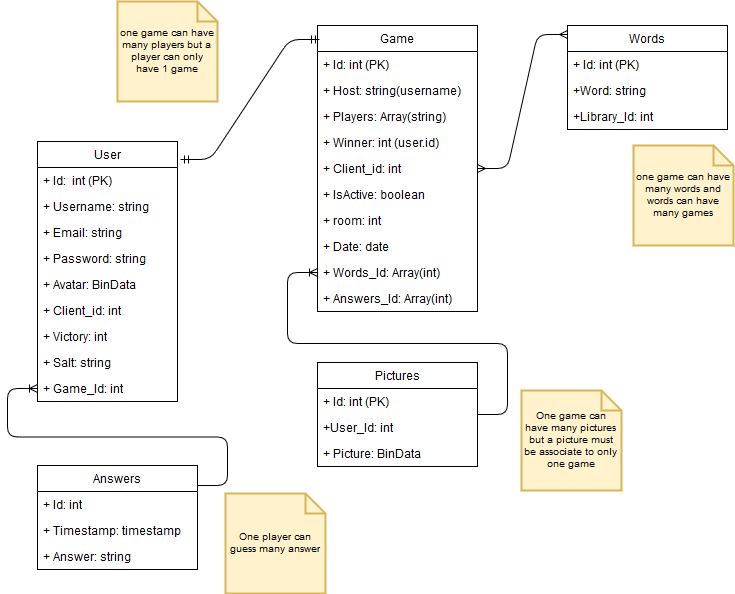
Before: Database_skeleton.png, a diagram exported from draw.io (O-clock-Pulsar/Pictionary-TeamPyjamasque). Source tidied: cells renumbered, new cells last; positions are measured from the earlier drawing's top-left corner, leaving out a move shared by most shapes. Its diagram source:
```xml
<mxGraphModel>
  <root>
    <mxCell id="0" />
    <mxCell id="1" parent="0" />
    <mxCell id="2" value="Game" style="swimlane;fontStyle=0;horizontal=1;startSize=26;fillColor=none;" parent="1" vertex="1">
      <mxGeometry x="280" y="24" width="160" height="286" as="geometry" />
    </mxCell>
    <mxCell id="3" value="+ Id: int (PK)" style="text;strokeColor=none;fillColor=none;align=left;verticalAlign=top;spacingLeft=4;spacingRight=4;overflow=hidden;" parent="2" vertex="1">
      <mxGeometry y="26" width="160" height="26" as="geometry" />
    </mxCell>
    <mxCell id="4" value="+ Host: string(username)" style="text;strokeColor=none;fillColor=none;align=left;verticalAlign=top;spacingLeft=4;spacingRight=4;overflow=hidden;" parent="2" vertex="1">
      <mxGeometry y="52" width="160" height="26" as="geometry" />
    </mxCell>
    <mxCell id="5" value="+ Players: Array(string)" style="text;strokeColor=none;fillColor=none;align=left;verticalAlign=top;spacingLeft=4;spacingRight=4;overflow=hidden;" parent="2" vertex="1">
      <mxGeometry y="78" width="160" height="26" as="geometry" />
    </mxCell>
    <mxCell id="6" value="+ Winner: int (user.id)" style="text;strokeColor=none;fillColor=none;align=left;verticalAlign=top;spacingLeft=4;spacingRight=4;overflow=hidden;" parent="2" vertex="1">
      <mxGeometry y="104" width="160" height="26" as="geometry" />
    </mxCell>
    <mxCell id="7" value="+ Client_id: int" style="text;strokeColor=none;fillColor=none;align=left;verticalAlign=top;spacingLeft=4;spacingRight=4;overflow=hidden;points=[[0,0.5],[1,0.5]];portConstraint=eastwest;" parent="2" vertex="1">
      <mxGeometry y="130" width="160" height="26" as="geometry" />
    </mxCell>
    <mxCell id="8" value="+ IsActive: boolean" style="text;strokeColor=none;fillColor=none;align=left;verticalAlign=top;spacingLeft=4;spacingRight=4;overflow=hidden;" parent="2" vertex="1">
      <mxGeometry y="156" width="160" height="26" as="geometry" />
    </mxCell>
    <mxCell id="9" value="+ room: int" style="text;strokeColor=none;fillColor=none;align=left;verticalAlign=top;spacingLeft=4;spacingRight=4;overflow=hidden;" parent="2" vertex="1">
      <mxGeometry y="182" width="160" height="26" as="geometry" />
    </mxCell>
    <mxCell id="10" value="+ Date: date" style="text;strokeColor=none;fillColor=none;align=left;verticalAlign=top;spacingLeft=4;spacingRight=4;overflow=hidden;" parent="2" vertex="1">
      <mxGeometry y="208" width="160" height="26" as="geometry" />
    </mxCell>
    <mxCell id="11" value="+ Words_Id: Array(int)" style="text;strokeColor=none;fillColor=none;align=left;verticalAlign=top;spacingLeft=4;spacingRight=4;overflow=hidden;points=[[0,0.5],[1,0.5]];portConstraint=eastwest;" parent="2" vertex="1">
      <mxGeometry y="234" width="160" height="26" as="geometry" />
    </mxCell>
    <mxCell id="12" value="+ Answers_Id: Array(int)" style="text;strokeColor=none;fillColor=none;align=left;verticalAlign=top;spacingLeft=4;spacingRight=4;overflow=hidden;" parent="2" vertex="1">
      <mxGeometry y="260" width="160" height="26" as="geometry" />
    </mxCell>
    <mxCell id="13" value="Pictures" style="swimlane;fontStyle=0;horizontal=1;startSize=26;fillColor=none;" parent="1" vertex="1">
      <mxGeometry x="280" y="361" width="160" height="104" as="geometry" />
    </mxCell>
    <mxCell id="14" value="+ Id: int (PK)" style="text;strokeColor=none;fillColor=none;align=left;verticalAlign=top;spacingLeft=4;spacingRight=4;overflow=hidden;" parent="13" vertex="1">
      <mxGeometry y="26" width="160" height="26" as="geometry" />
    </mxCell>
    <mxCell id="15" value="+User_Id: int" style="text;strokeColor=none;fillColor=none;align=left;verticalAlign=top;spacingLeft=4;spacingRight=4;overflow=hidden;" parent="13" vertex="1">
      <mxGeometry y="52" width="160" height="26" as="geometry" />
    </mxCell>
    <mxCell id="16" value="+ Picture: BinData" style="text;strokeColor=none;fillColor=none;align=left;verticalAlign=top;spacingLeft=4;spacingRight=4;overflow=hidden;" parent="13" vertex="1">
      <mxGeometry y="78" width="160" height="26" as="geometry" />
    </mxCell>
    <mxCell id="17" value="User" style="swimlane;fontStyle=0;horizontal=1;startSize=26;fillColor=none;" parent="1" vertex="1">
      <mxGeometry y="140" width="140" height="260" as="geometry" />
    </mxCell>
    <mxCell id="18" value="+ Id:  int (PK)" style="text;strokeColor=none;fillColor=none;align=left;verticalAlign=top;spacingLeft=4;spacingRight=4;overflow=hidden;" parent="17" vertex="1">
      <mxGeometry y="26" width="140" height="26" as="geometry" />
    </mxCell>
    <mxCell id="19" value="+ Username: string" style="text;strokeColor=none;fillColor=none;align=left;verticalAlign=top;spacingLeft=4;spacingRight=4;overflow=hidden;" parent="17" vertex="1">
      <mxGeometry y="52" width="140" height="26" as="geometry" />
    </mxCell>
    <mxCell id="20" value="+ Email: string" style="text;strokeColor=none;fillColor=none;align=left;verticalAlign=top;spacingLeft=4;spacingRight=4;overflow=hidden;" parent="17" vertex="1">
      <mxGeometry y="78" width="140" height="26" as="geometry" />
    </mxCell>
    <mxCell id="21" value="+ Password: string" style="text;strokeColor=none;fillColor=none;align=left;verticalAlign=top;spacingLeft=4;spacingRight=4;overflow=hidden;" parent="17" vertex="1">
      <mxGeometry y="104" width="140" height="26" as="geometry" />
    </mxCell>
    <mxCell id="22" value="+ Avatar: BinData" style="text;strokeColor=none;fillColor=none;align=left;verticalAlign=top;spacingLeft=4;spacingRight=4;overflow=hidden;" parent="17" vertex="1">
      <mxGeometry y="130" width="140" height="26" as="geometry" />
    </mxCell>
    <mxCell id="23" value="+ Client_id: int" style="text;strokeColor=none;fillColor=none;align=left;verticalAlign=top;spacingLeft=4;spacingRight=4;overflow=hidden;" parent="17" vertex="1">
      <mxGeometry y="156" width="140" height="26" as="geometry" />
    </mxCell>
    <mxCell id="24" value="+ Victory: int" style="text;strokeColor=none;fillColor=none;align=left;verticalAlign=top;spacingLeft=4;spacingRight=4;overflow=hidden;" parent="17" vertex="1">
      <mxGeometry y="182" width="140" height="26" as="geometry" />
    </mxCell>
    <mxCell id="25" value="+ Salt: string" style="text;strokeColor=none;fillColor=none;align=left;verticalAlign=top;spacingLeft=4;spacingRight=4;overflow=hidden;" parent="17" vertex="1">
      <mxGeometry y="208" width="140" height="26" as="geometry" />
    </mxCell>
    <mxCell id="26" value="+ Game_Id: int" style="text;strokeColor=none;fillColor=none;align=left;verticalAlign=top;spacingLeft=4;spacingRight=4;overflow=hidden;points=[[0,0.5],[1,0.5]];portConstraint=eastwest;" parent="17" vertex="1">
      <mxGeometry y="234" width="140" height="26" as="geometry" />
    </mxCell>
    <mxCell id="27" value="Words" style="swimlane;fontStyle=0;horizontal=1;startSize=26;fillColor=none;" parent="1" vertex="1">
      <mxGeometry x="530" y="24" width="160" height="104" as="geometry" />
    </mxCell>
    <mxCell id="28" value="+ Id: int (PK)" style="text;strokeColor=none;fillColor=none;align=left;verticalAlign=top;spacingLeft=4;spacingRight=4;overflow=hidden;" parent="27" vertex="1">
      <mxGeometry y="26" width="160" height="26" as="geometry" />
    </mxCell>
    <mxCell id="29" value="+Word: string" style="text;strokeColor=none;fillColor=none;align=left;verticalAlign=top;spacingLeft=4;spacingRight=4;overflow=hidden;" parent="27" vertex="1">
      <mxGeometry y="52" width="160" height="26" as="geometry" />
    </mxCell>
    <mxCell id="30" value="+Library_Id: int" style="text;strokeColor=none;fillColor=none;align=left;verticalAlign=top;spacingLeft=4;spacingRight=4;overflow=hidden;" parent="27" vertex="1">
      <mxGeometry y="78" width="160" height="26" as="geometry" />
    </mxCell>
    <mxCell id="31" value="Answers" style="swimlane;fontStyle=0;horizontal=1;startSize=26;fillColor=none;" parent="1" vertex="1">
      <mxGeometry y="464" width="160" height="104" as="geometry" />
    </mxCell>
    <mxCell id="32" value="+ Id: int" style="text;strokeColor=none;fillColor=none;align=left;verticalAlign=top;spacingLeft=4;spacingRight=4;overflow=hidden;" parent="31" vertex="1">
      <mxGeometry y="26" width="160" height="26" as="geometry" />
    </mxCell>
    <mxCell id="33" value="+ Timestamp: timestamp" style="text;strokeColor=none;fillColor=none;align=left;verticalAlign=top;spacingLeft=4;spacingRight=4;overflow=hidden;" parent="31" vertex="1">
      <mxGeometry y="52" width="160" height="26" as="geometry" />
    </mxCell>
    <mxCell id="34" value="+ Answer: string" style="text;strokeColor=none;fillColor=none;align=left;verticalAlign=top;spacingLeft=4;spacingRight=4;overflow=hidden;" parent="31" vertex="1">
      <mxGeometry y="78" width="160" height="26" as="geometry" />
    </mxCell>
    <mxCell id="35" style="edgeStyle=entityRelationEdgeStyle;fontSize=12;html=1;endArrow=ERmandOne;startArrow=ERmandOne;entryX=0.013;entryY=0.049;entryDx=0;entryDy=0;entryPerimeter=0;exitX=1.021;exitY=0.069;exitDx=0;exitDy=0;exitPerimeter=0;" parent="1" edge="1" source="17" target="2">
      <mxGeometry relative="1" as="geometry" />
    </mxCell>
    <mxCell id="36" style="edgeStyle=entityRelationEdgeStyle;fontSize=12;html=1;endArrow=ERoneToMany;entryX=0;entryY=0.5;entryDx=0;entryDy=0;" parent="1" edge="1" source="13" target="11">
      <mxGeometry relative="1" as="geometry" />
    </mxCell>
    <mxCell id="37" style="edgeStyle=entityRelationEdgeStyle;fontSize=12;html=1;endArrow=ERmany;startArrow=ERmany;entryX=0;entryY=0.087;entryDx=0;entryDy=0;entryPerimeter=0;exitX=1;exitY=0.5;exitDx=0;exitDy=0;" parent="1" edge="1" source="7" target="27">
      <mxGeometry relative="1" as="geometry" />
    </mxCell>
    <mxCell id="38" style="edgeStyle=entityRelationEdgeStyle;fontSize=12;html=1;endArrow=ERoneToMany;entryX=0;entryY=0.5;entryDx=0;entryDy=0;exitX=1;exitY=0.192;exitDx=0;exitDy=0;exitPerimeter=0;" parent="1" edge="1" source="31" target="26">
      <mxGeometry relative="1" as="geometry" />
    </mxCell>
    <mxCell id="39" value="one game can have many players but a player can only have 1 game" style="shape=note;strokeWidth=2;fontSize=10;size=20;whiteSpace=wrap;html=1;align=center;fillColor=#fff2cc;strokeColor=#d6b656;" parent="1" vertex="1">
      <mxGeometry x="80" width="100" height="100" as="geometry" />
    </mxCell>
    <mxCell id="40" value="One player can guess many answer" style="shape=note;strokeWidth=2;fontSize=10;size=20;whiteSpace=wrap;html=1;align=center;fillColor=#fff2cc;strokeColor=#d6b656;" parent="1" vertex="1">
      <mxGeometry x="188" y="492" width="100" height="100" as="geometry" />
    </mxCell>
    <mxCell id="41" value="one game can have many words and words can have many games" style="shape=note;strokeWidth=2;fontSize=10;size=20;whiteSpace=wrap;html=1;align=center;fillColor=#fff2cc;strokeColor=#d6b656;" parent="1" vertex="1">
      <mxGeometry x="596" y="144" width="100" height="100" as="geometry" />
    </mxCell>
    <mxCell id="42" value="One game can have many pictures but a picture must be associate to only one game" style="shape=note;strokeWidth=2;fontSize=10;size=20;whiteSpace=wrap;html=1;align=center;fillColor=#fff2cc;strokeColor=#d6b656;" parent="1" vertex="1">
      <mxGeometry x="484" y="389" width="100" height="100" as="geometry" />
    </mxCell>
  </root>
</mxGraphModel>
```
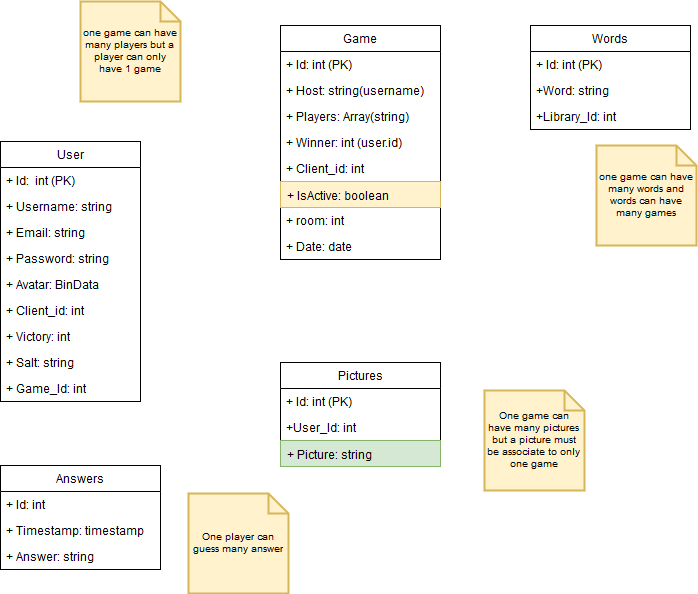
The same file after the commit.

Commit message:
corrections of database and lifeCycle shema

What changed in the source:
```diff
@@ -3,7 +3,7 @@
     <mxCell id="0" />
     <mxCell id="1" parent="0" />
     <mxCell id="2" value="Game" style="swimlane;fontStyle=0;horizontal=1;startSize=26;fillColor=none;" parent="1" vertex="1">
-      <mxGeometry x="280" y="24" width="160" height="286" as="geometry" />
+      <mxGeometry x="280" y="24" width="160" height="234" as="geometry" />
     </mxCell>
     <mxCell id="3" value="+ Id: int (PK)" style="text;strokeColor=none;fillColor=none;align=left;verticalAlign=top;spacingLeft=4;spacingRight=4;overflow=hidden;" parent="2" vertex="1">
       <mxGeometry y="26" width="160" height="26" as="geometry" />
@@ -20,7 +20,7 @@
     <mxCell id="7" value="+ Client_id: int" style="text;strokeColor=none;fillColor=none;align=left;verticalAlign=top;spacingLeft=4;spacingRight=4;overflow=hidden;points=[[0,0.5],[1,0.5]];portConstraint=eastwest;" parent="2" vertex="1">
       <mxGeometry y="130" width="160" height="26" as="geometry" />
     </mxCell>
-    <mxCell id="8" value="+ IsActive: boolean" style="text;strokeColor=none;fillColor=none;align=left;verticalAlign=top;spacingLeft=4;spacingRight=4;overflow=hidden;" parent="2" vertex="1">
+    <mxCell id="8" value="+ IsActive: boolean" style="text;strokeColor=#d6b656;fillColor=#fff2cc;align=left;verticalAlign=top;spacingLeft=4;spacingRight=4;overflow=hidden;" parent="2" vertex="1">
       <mxGeometry y="156" width="160" height="26" as="geometry" />
     </mxCell>
     <mxCell id="9" value="+ room: int" style="text;strokeColor=none;fillColor=none;align=left;verticalAlign=top;spacingLeft=4;spacingRight=4;overflow=hidden;" parent="2" vertex="1">
@@ -29,12 +29,6 @@
     <mxCell id="10" value="+ Date: date" style="text;strokeColor=none;fillColor=none;align=left;verticalAlign=top;spacingLeft=4;spacingRight=4;overflow=hidden;" parent="2" vertex="1">
       <mxGeometry y="208" width="160" height="26" as="geometry" />
     </mxCell>
-    <mxCell id="11" value="+ Words_Id: Array(int)" style="text;strokeColor=none;fillColor=none;align=left;verticalAlign=top;spacingLeft=4;spacingRight=4;overflow=hidden;points=[[0,0.5],[1,0.5]];portConstraint=eastwest;" parent="2" vertex="1">
-      <mxGeometry y="234" width="160" height="26" as="geometry" />
-    </mxCell>
-    <mxCell id="12" value="+ Answers_Id: Array(int)" style="text;strokeColor=none;fillColor=none;align=left;verticalAlign=top;spacingLeft=4;spacingRight=4;overflow=hidden;" parent="2" vertex="1">
-      <mxGeometry y="260" width="160" height="26" as="geometry" />
-    </mxCell>
     <mxCell id="13" value="Pictures" style="swimlane;fontStyle=0;horizontal=1;startSize=26;fillColor=none;" parent="1" vertex="1">
       <mxGeometry x="280" y="361" width="160" height="104" as="geometry" />
     </mxCell>
@@ -44,7 +38,7 @@
     <mxCell id="15" value="+User_Id: int" style="text;strokeColor=none;fillColor=none;align=left;verticalAlign=top;spacingLeft=4;spacingRight=4;overflow=hidden;" parent="13" vertex="1">
       <mxGeometry y="52" width="160" height="26" as="geometry" />
     </mxCell>
-    <mxCell id="16" value="+ Picture: BinData" style="text;strokeColor=none;fillColor=none;align=left;verticalAlign=top;spacingLeft=4;spacingRight=4;overflow=hidden;" parent="13" vertex="1">
+    <mxCell id="16" value="+ Picture: string" style="text;strokeColor=#82b366;fillColor=#d5e8d4;align=left;verticalAlign=top;spacingLeft=4;spacingRight=4;overflow=hidden;" parent="13" vertex="1">
       <mxGeometry y="78" width="160" height="26" as="geometry" />
     </mxCell>
     <mxCell id="17" value="User" style="swimlane;fontStyle=0;horizontal=1;startSize=26;fillColor=none;" parent="1" vertex="1">
@@ -101,18 +95,6 @@
     <mxCell id="34" value="+ Answer: string" style="text;strokeColor=none;fillColor=none;align=left;verticalAlign=top;spacingLeft=4;spacingRight=4;overflow=hidden;" parent="31" vertex="1">
       <mxGeometry y="78" width="160" height="26" as="geometry" />
     </mxCell>
-    <mxCell id="35" style="edgeStyle=entityRelationEdgeStyle;fontSize=12;html=1;endArrow=ERmandOne;startArrow=ERmandOne;entryX=0.013;entryY=0.049;entryDx=0;entryDy=0;entryPerimeter=0;exitX=1.021;exitY=0.069;exitDx=0;exitDy=0;exitPerimeter=0;" parent="1" edge="1" source="17" target="2">
-      <mxGeometry relative="1" as="geometry" />
-    </mxCell>
-    <mxCell id="36" style="edgeStyle=entityRelationEdgeStyle;fontSize=12;html=1;endArrow=ERoneToMany;entryX=0;entryY=0.5;entryDx=0;entryDy=0;" parent="1" edge="1" source="13" target="11">
-      <mxGeometry relative="1" as="geometry" />
-    </mxCell>
-    <mxCell id="37" style="edgeStyle=entityRelationEdgeStyle;fontSize=12;html=1;endArrow=ERmany;startArrow=ERmany;entryX=0;entryY=0.087;entryDx=0;entryDy=0;entryPerimeter=0;exitX=1;exitY=0.5;exitDx=0;exitDy=0;" parent="1" edge="1" source="7" target="27">
-      <mxGeometry relative="1" as="geometry" />
-    </mxCell>
-    <mxCell id="38" style="edgeStyle=entityRelationEdgeStyle;fontSize=12;html=1;endArrow=ERoneToMany;entryX=0;entryY=0.5;entryDx=0;entryDy=0;exitX=1;exitY=0.192;exitDx=0;exitDy=0;exitPerimeter=0;" parent="1" edge="1" source="31" target="26">
-      <mxGeometry relative="1" as="geometry" />
-    </mxCell>
     <mxCell id="39" value="one game can have many players but a player can only have 1 game" style="shape=note;strokeWidth=2;fontSize=10;size=20;whiteSpace=wrap;html=1;align=center;fillColor=#fff2cc;strokeColor=#d6b656;" parent="1" vertex="1">
       <mxGeometry x="80" width="100" height="100" as="geometry" />
     </mxCell>
```
